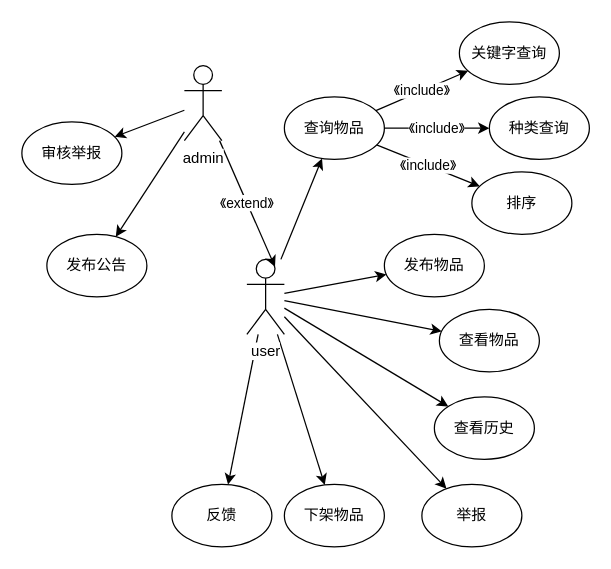
This is secondHand/use case.drawio from xy-hong/drawDiagram, a draw.io file, before an edit. Source tidied: cells renumbered, new cells numbered last; positions are measured from the earlier drawing's top-left corner, leaving out a move shared by most shapes. Both pictures are drawn from the tidied source at 125%, with x=0, y=0 at pixel (21, 21).
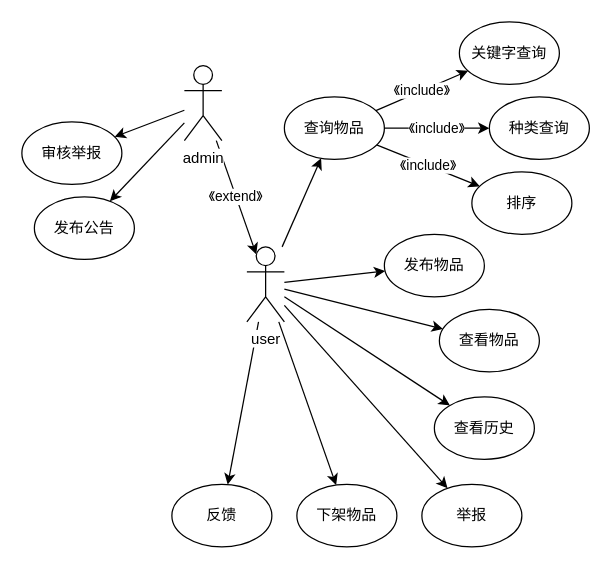
The same page after the edit.

Unchanged cells that the change refers to:
```xml
<mxCell id="24" value="admin" style="shape=umlActor;verticalLabelPosition=bottom;labelBackgroundColor=#ffffff;verticalAlign=top;html=1;outlineConnect=0;" parent="1" vertex="1">
  <mxGeometry x="130" y="35" width="30" height="60" as="geometry" />
</mxCell>
```

Diff of the diagram source:
```diff
@@
     <mxCell id="9" value="user&lt;br&gt;" style="shape=umlActor;verticalLabelPosition=bottom;labelBackgroundColor=#ffffff;verticalAlign=top;html=1;outlineConnect=0;" parent="1" vertex="1">
-      <mxGeometry x="180" y="190" width="30" height="60" as="geometry" />
+      <mxGeometry x="180" y="180" width="30" height="60" as="geometry" />
     </mxCell>
@@
     <mxCell id="18" value="下架物品" style="ellipse;whiteSpace=wrap;html=1;" parent="1" vertex="1">
-      <mxGeometry x="210" y="370" width="80" height="50" as="geometry" />
+      <mxGeometry x="220" y="370" width="80" height="50" as="geometry" />
     </mxCell>
@@
-    <mxCell id="23" value="《extend》" style="edgeStyle=none;rounded=0;jettySize=auto;html=1;entryX=0.75;entryY=0.1;entryDx=0;entryDy=0;entryPerimeter=0;" parent="1" edge="1" source="24" target="9">
+    <mxCell id="23" value="《extend》" style="edgeStyle=none;rounded=0;jettySize=auto;html=1;entryX=0.25;entryY=0.1;entryDx=0;entryDy=0;entryPerimeter=0;" parent="1" edge="1" source="24" target="9">
       <mxGeometry relative="1" as="geometry" />
     </mxCell>
@@
     <mxCell id="26" value="发布公告" style="ellipse;whiteSpace=wrap;html=1;" parent="1" vertex="1">
-      <mxGeometry x="20" y="170" width="80" height="50" as="geometry" />
+      <mxGeometry x="10" y="140" width="80" height="50" as="geometry" />
     </mxCell>
```
